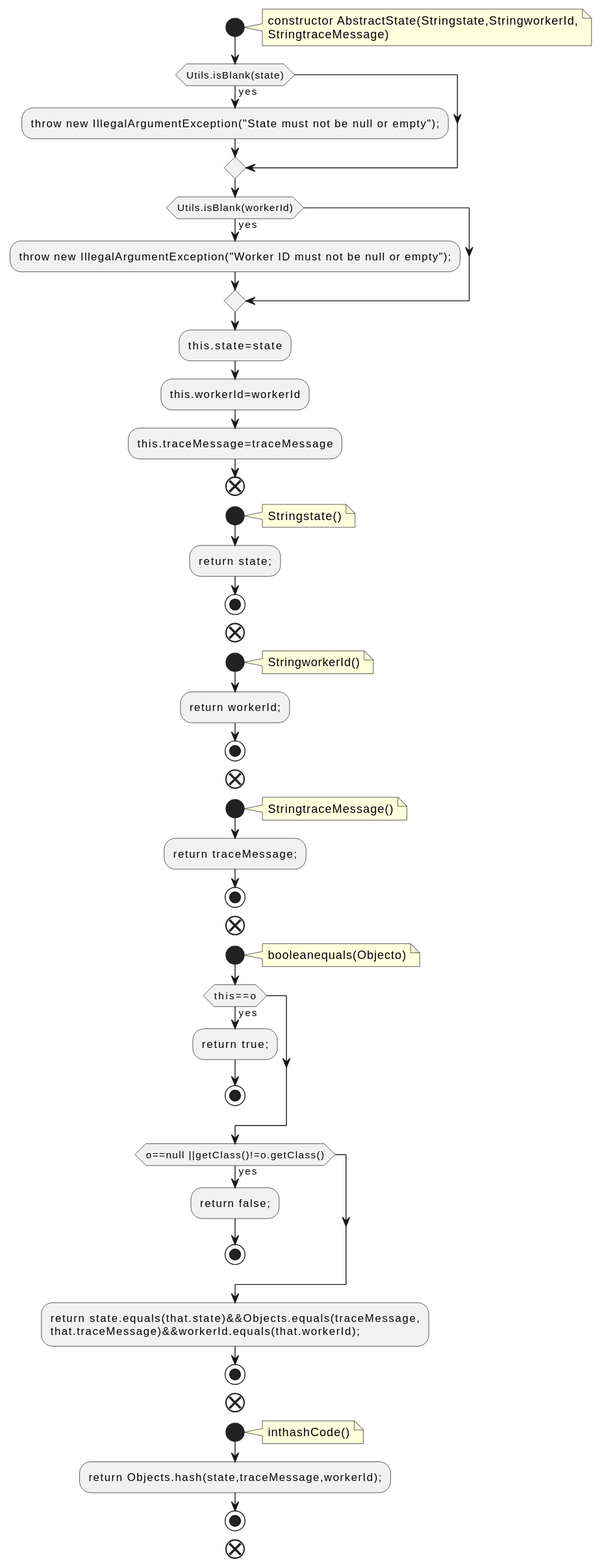
The PlantUML diagram docs/qc/connect/api/src/main/java/org/apache/kafka/connect/health/AbstractState.java.fct.svg in qualitesys/kafka, before a commit.
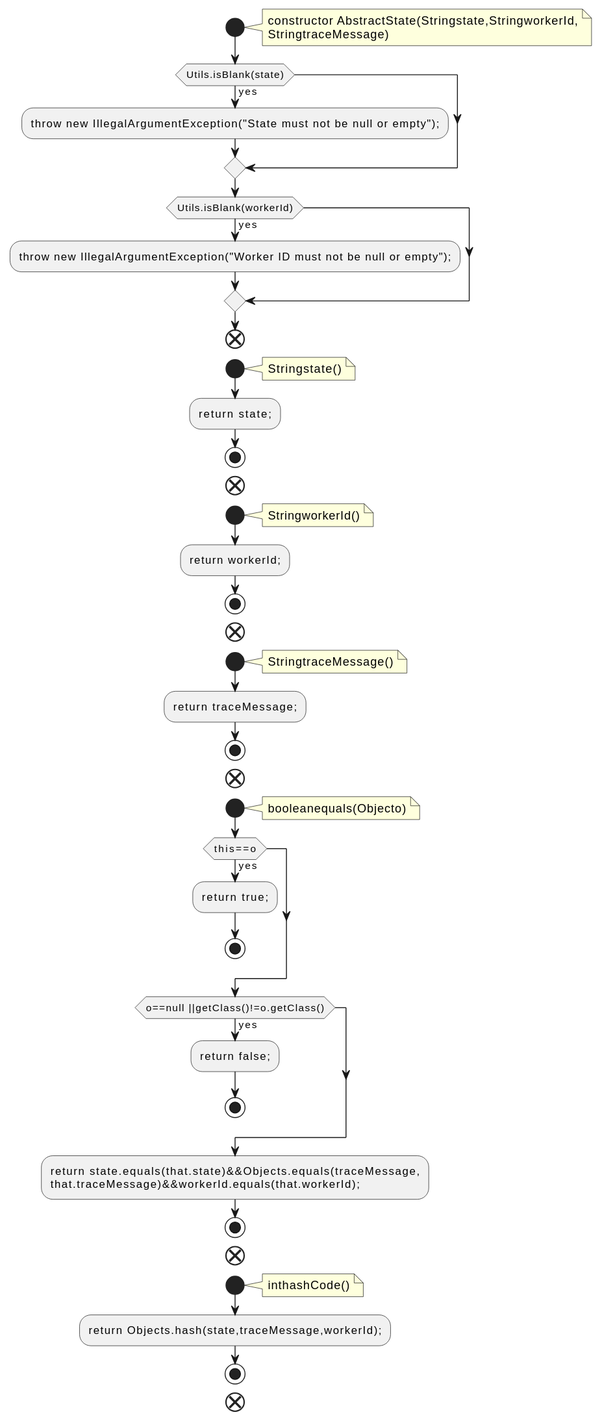
After the change.

Diff of the diagram source:
```diff
@@ -11,9 +11,6 @@
 if (Utils.isBlank(workerId)) then (yes)
 :throw new IllegalArgumentException("Worker ID must not be null or empty");;
 endif
-:this.state=state;
-:this.workerId=workerId;
-:this.traceMessage=traceMessage;
 end
 start
 note right
```
